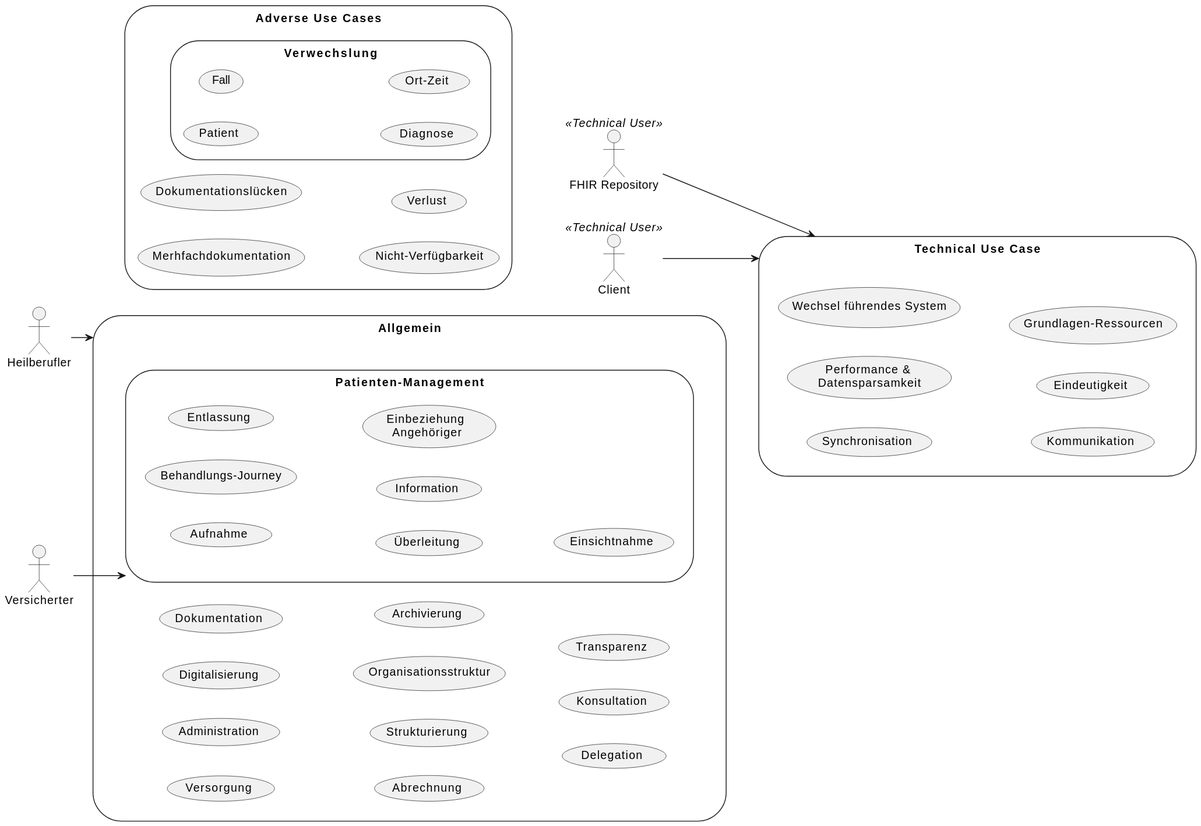
The PlantUML diagram Material/images/diagrams/usecases.svg in gematik/spec-ISiK-Basismodul, before a commit.
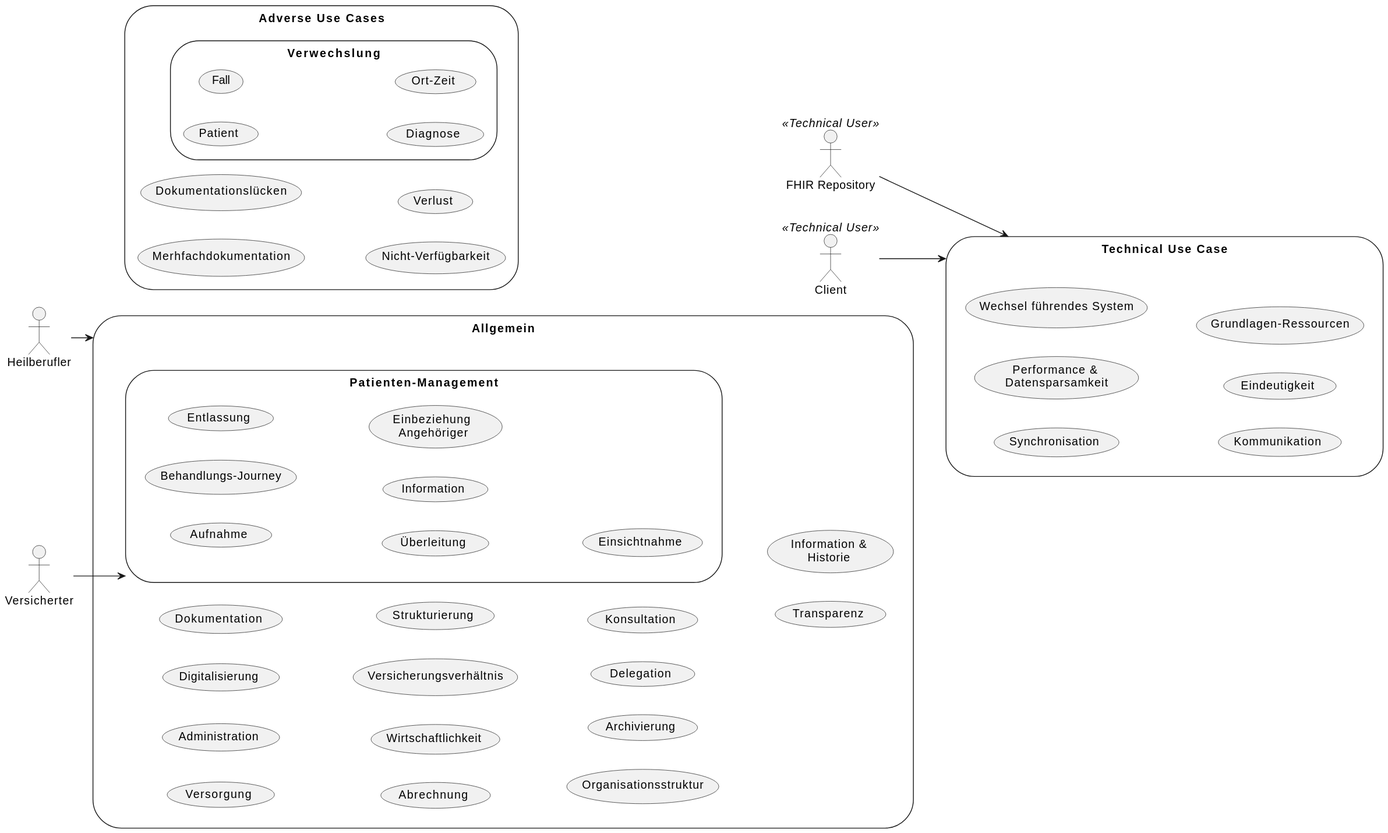
After the commit.

Commit message:
auto-generated diagrams by GitHub Action after source code change

Change to the diagram source:
```diff
@@ -12,12 +12,15 @@
     (Digitalisierung)
     (Dokumentation)
     (Abrechnung)
+    (Wirtschaftlichkeit)
+    (Versicherungsverhältnis)
     (Strukturierung)
     (Organisationsstruktur)
     (Archivierung)
     (Delegation)
     (Konsultation)
     (Transparenz)
+    (Information &\nHistorie)
     storage patientUC as "Patienten-Management"{
         (Aufnahme)
         (Behandlungs-Journey)
```
